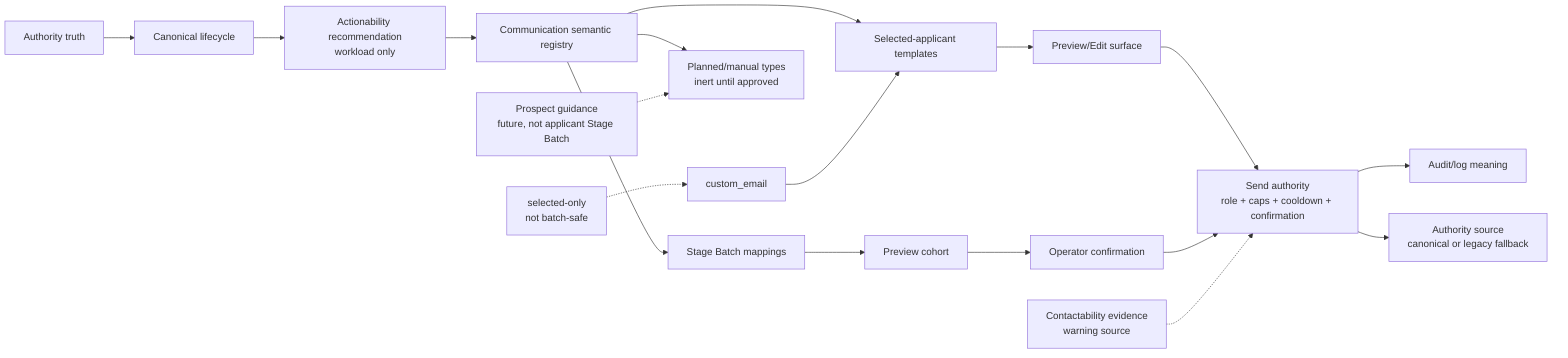
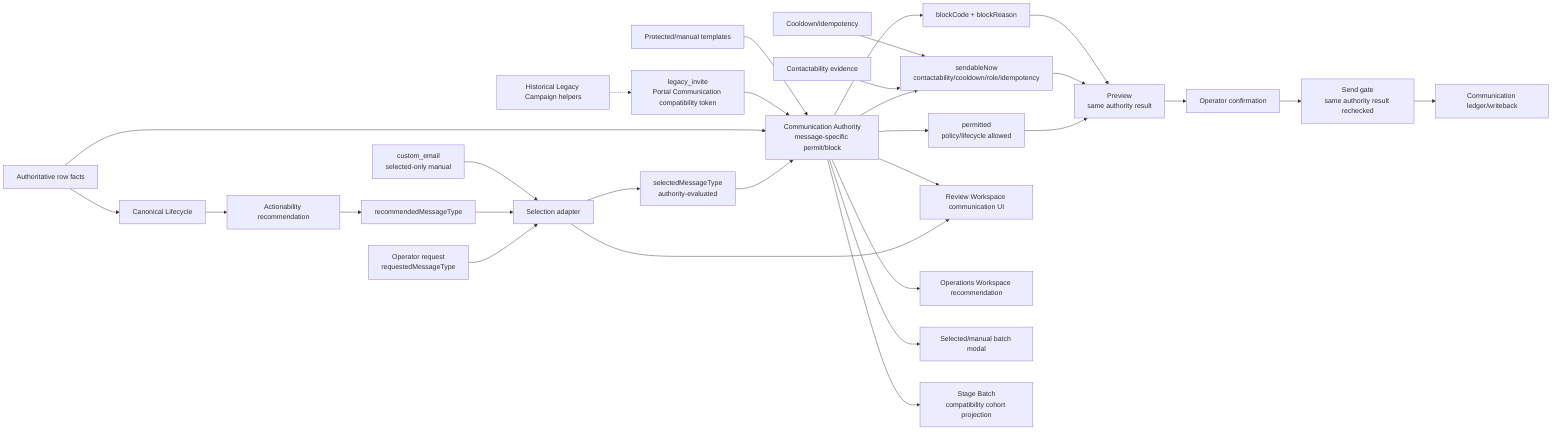
flowchart LR
-   A["Authority truth"] --> A1["Canonical lifecycle"]
-   A1 --> B["Actionability recommendation<br/>workload only"]
-   B --> C["Communication semantic registry"]
+   RF["Authoritative row facts"] --> LIFE["Canonical Lifecycle"]
+   LIFE --> ACTION["Actionability recommendation"]
+   ACTION --> REC["recommendedMessageType"]

-   C --> D["Selected-applicant templates"]
-   C --> E["Stage Batch mappings"]
-   C --> F["Planned/manual types<br/>inert until approved"]
+   OP["Operator request<br/>requestedMessageType"] --> SELECT["Selection adapter"]
+   REC --> SELECT
+   SELECT --> SEL["selectedMessageType<br/>authority-evaluated"]

-   D --> G["Preview/Edit surface"]
-   G --> H["Send authority<br/>role + caps + cooldown + confirmation"]
+   SEL --> AUTH["Communication Authority<br/>message-specific permit/block"]
+   RF --> AUTH
+   AUTH --> PERM["permitted<br/>policy/lifecycle allowed"]
+   AUTH --> SENDABLE["sendableNow<br/>contactability/cooldown/role/idempotency"]
+   AUTH --> BLOCK["blockCode + blockReason"]

-   E --> I["Preview cohort"]
-   I --> J["Operator confirmation"]
-   J --> H
+   PERM --> PREVIEW["Preview<br/>same authority result"]
+   SENDABLE --> PREVIEW
+   BLOCK --> PREVIEW
+   PREVIEW --> CONFIRM["Operator confirmation"]
+   CONFIRM --> SEND["Send gate<br/>same authority result rechecked"]
+   SEND --> LEDGER["Communication ledger/writeback"]

-   H --> K["Audit/log meaning"]
-   H --> K1["Authority source<br/>canonical or legacy fallback"]
-   L["custom_email"] --> D
-   LNOTE["selected-only<br/>not batch-safe"] -.-> L
-   M["Prospect guidance<br/>future, not applicant Stage Batch"] -.-> F
-   N["Contactability evidence<br/>warning source"] -.-> H
+   SELECT --> REVIEW["Review Workspace communication UI"]
+   AUTH --> REVIEW
+   AUTH --> OPS["Operations Workspace recommendation"]
+   AUTH --> BATCH["Selected/manual batch modal"]
+   AUTH --> STAGE["Stage Batch<br/>compatibility cohort projection"]
+ 
+   CUSTOM["custom_email<br/>selected-only manual"] --> SELECT
+   PORTAL["legacy_invite<br/>Portal Communication compatibility token"] --> AUTH
+   HIST["Historical Legacy Campaign helpers"] -.-> PORTAL
+   MANUAL["Protected/manual templates"] --> AUTH
+   CONTACT["Contactability evidence"] --> SENDABLE
+   COOL["Cooldown/idempotency"] --> SENDABLE
